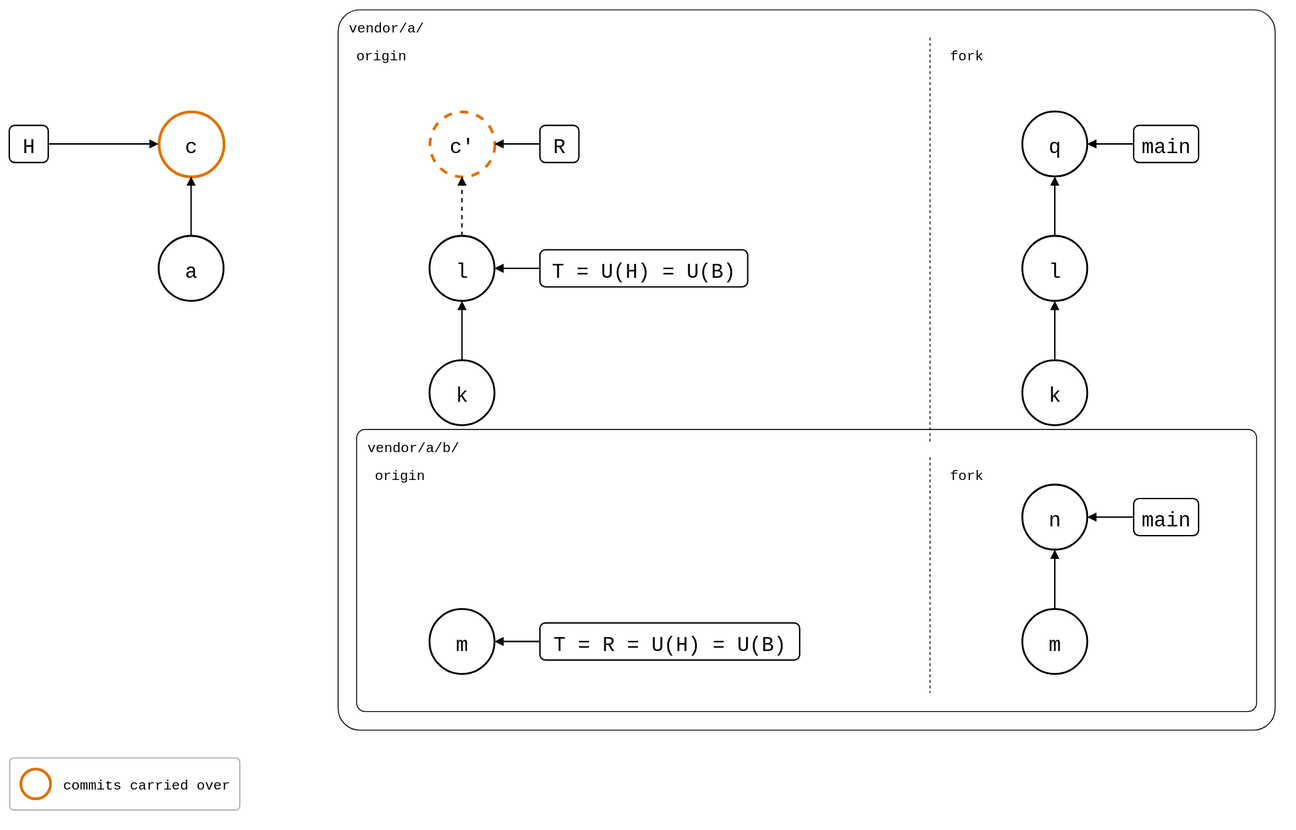
roschaefer/git-splice keeps this draw.io diagram as docs/09-scenarios/05-nested-splices/01-nested-splices/01-outer-fork/same-name-below.drawio.svg. Above is the earlier version. Source tidied: cells renumbered, new cells last; positions are measured from the earlier drawing's top-left corner, leaving out a move shared by most shapes. Its diagram source:
```xml
<mxGraphModel background="#ffffff">
  <root>
    <mxCell id="0" />
    <mxCell id="1" parent="0" />
    <mxCell id="2" value="vendor/a/" style="rounded=1;arcSize=3;fillColor=none;strokeWidth=1;fontSize=15;verticalAlign=top;align=left;spacingLeft=10;spacingTop=4;fontFamily=Roboto Mono,monospace;" parent="1" vertex="1">
      <mxGeometry x="354" width="1010" height="776" as="geometry" />
    </mxCell>
    <mxCell id="3" style="line;direction=south;dashed=1;strokeWidth=1;" parent="1" vertex="1">
      <mxGeometry x="982" y="30" width="20" height="438" as="geometry" />
    </mxCell>
    <mxCell id="4" value="origin" style="text;fontSize=15;align=left;verticalAlign=top;fontFamily=Roboto Mono,monospace;" parent="1" vertex="1">
      <mxGeometry x="372" y="34" width="120" height="24" as="geometry" />
    </mxCell>
    <mxCell id="5" value="fork" style="text;fontSize=15;align=left;verticalAlign=top;fontFamily=Roboto Mono,monospace;" parent="1" vertex="1">
      <mxGeometry x="1012" y="34" width="120" height="24" as="geometry" />
    </mxCell>
    <mxCell id="6" value="vendor/a/b/" style="rounded=1;arcSize=3;fillColor=none;strokeWidth=1;fontSize=15;verticalAlign=top;align=left;spacingLeft=10;spacingTop=4;fontFamily=Roboto Mono,monospace;" parent="1" vertex="1">
      <mxGeometry x="374" y="452" width="970" height="304" as="geometry" />
    </mxCell>
    <mxCell id="7" style="line;direction=south;dashed=1;strokeWidth=1;" parent="1" vertex="1">
      <mxGeometry x="982" y="482" width="20" height="254" as="geometry" />
    </mxCell>
    <mxCell id="8" value="origin" style="text;fontSize=15;align=left;verticalAlign=top;fontFamily=Roboto Mono,monospace;" parent="1" vertex="1">
      <mxGeometry x="392" y="486" width="120" height="24" as="geometry" />
    </mxCell>
    <mxCell id="9" value="fork" style="text;fontSize=15;align=left;verticalAlign=top;fontFamily=Roboto Mono,monospace;" parent="1" vertex="1">
      <mxGeometry x="1012" y="486" width="120" height="24" as="geometry" />
    </mxCell>
    <mxCell id="10" value="c" style="ellipse;fontSize=22;fontFamily=Roboto Mono,monospace;strokeColor=#E07000;strokeWidth=3;" parent="1" vertex="1">
      <mxGeometry x="161" y="110" width="70" height="70" as="geometry" />
    </mxCell>
    <mxCell id="11" value="a" style="ellipse;strokeWidth=2;fontSize=22;fontFamily=Roboto Mono,monospace;" parent="1" vertex="1">
      <mxGeometry x="161" y="244" width="70" height="70" as="geometry" />
    </mxCell>
    <mxCell id="12" value="l" style="ellipse;strokeWidth=2;fontSize=22;fontFamily=Roboto Mono,monospace;" parent="1" vertex="1">
      <mxGeometry x="453" y="244" width="70" height="70" as="geometry" />
    </mxCell>
    <mxCell id="13" value="k" style="ellipse;strokeWidth=2;fontSize=22;fontFamily=Roboto Mono,monospace;" parent="1" vertex="1">
      <mxGeometry x="453" y="378" width="70" height="70" as="geometry" />
    </mxCell>
    <mxCell id="14" value="q" style="ellipse;strokeWidth=2;fontSize=22;fontFamily=Roboto Mono,monospace;" parent="1" vertex="1">
      <mxGeometry x="1092" y="110" width="70" height="70" as="geometry" />
    </mxCell>
    <mxCell id="15" value="l" style="ellipse;strokeWidth=2;fontSize=22;fontFamily=Roboto Mono,monospace;" parent="1" vertex="1">
      <mxGeometry x="1092" y="244" width="70" height="70" as="geometry" />
    </mxCell>
    <mxCell id="16" value="k" style="ellipse;strokeWidth=2;fontSize=22;fontFamily=Roboto Mono,monospace;" parent="1" vertex="1">
      <mxGeometry x="1092" y="378" width="70" height="70" as="geometry" />
    </mxCell>
    <mxCell id="17" value="m" style="ellipse;strokeWidth=2;fontSize=22;fontFamily=Roboto Mono,monospace;" parent="1" vertex="1">
      <mxGeometry x="453" y="646" width="70" height="70" as="geometry" />
    </mxCell>
    <mxCell id="18" value="n" style="ellipse;strokeWidth=2;fontSize=22;fontFamily=Roboto Mono,monospace;" parent="1" vertex="1">
      <mxGeometry x="1092" y="512" width="70" height="70" as="geometry" />
    </mxCell>
    <mxCell id="19" value="m" style="ellipse;strokeWidth=2;fontSize=22;fontFamily=Roboto Mono,monospace;" parent="1" vertex="1">
      <mxGeometry x="1092" y="646" width="70" height="70" as="geometry" />
    </mxCell>
    <mxCell id="20" value="H" style="rounded=1;strokeWidth=1.5;fontSize=22;fontFamily=Roboto Mono,monospace;" parent="1" vertex="1">
      <mxGeometry y="125" width="42" height="40" as="geometry" />
    </mxCell>
    <mxCell id="21" value="T = U(H) = U(B)" style="rounded=1;strokeWidth=1.5;fontSize=22;fontFamily=Roboto Mono,monospace;" parent="1" vertex="1">
      <mxGeometry x="572" y="259" width="224" height="40" as="geometry" />
    </mxCell>
    <mxCell id="22" value="c'" style="ellipse;fontSize=22;fontFamily=Roboto Mono,monospace;dashed=1;strokeColor=#E07000;strokeWidth=3;" parent="1" vertex="1">
      <mxGeometry x="453" y="110" width="70" height="70" as="geometry" />
    </mxCell>
    <mxCell id="23" value="R" style="rounded=1;strokeWidth=1.5;fontSize=22;fontFamily=Roboto Mono,monospace;" parent="1" vertex="1">
      <mxGeometry x="572" y="125" width="42" height="40" as="geometry" />
    </mxCell>
    <mxCell id="24" value="main" style="rounded=1;strokeWidth=1.5;fontSize=22;fontFamily=Roboto Mono,monospace;" parent="1" vertex="1">
      <mxGeometry x="1212" y="125" width="70" height="40" as="geometry" />
    </mxCell>
    <mxCell id="25" value="T = R = U(H) = U(B)" style="rounded=1;strokeWidth=1.5;fontSize=22;fontFamily=Roboto Mono,monospace;" parent="1" vertex="1">
      <mxGeometry x="572" y="661" width="280" height="40" as="geometry" />
    </mxCell>
    <mxCell id="26" value="main" style="rounded=1;strokeWidth=1.5;fontSize=22;fontFamily=Roboto Mono,monospace;" parent="1" vertex="1">
      <mxGeometry x="1212" y="527" width="70" height="40" as="geometry" />
    </mxCell>
    <mxCell id="27" style="endArrow=block;endFill=1;html=1;strokeWidth=1.5;rounded=0;" parent="1" edge="1" source="11" target="10">
      <mxGeometry relative="1" as="geometry" />
    </mxCell>
    <mxCell id="28" style="endArrow=block;endFill=1;html=1;strokeWidth=1.5;rounded=0;" parent="1" edge="1" source="13" target="12">
      <mxGeometry relative="1" as="geometry" />
    </mxCell>
    <mxCell id="29" style="endArrow=block;endFill=1;html=1;strokeWidth=1.5;rounded=0;" parent="1" edge="1" source="16" target="15">
      <mxGeometry relative="1" as="geometry" />
    </mxCell>
    <mxCell id="30" style="endArrow=block;endFill=1;html=1;strokeWidth=1.5;rounded=0;" parent="1" edge="1" source="15" target="14">
      <mxGeometry relative="1" as="geometry" />
    </mxCell>
    <mxCell id="31" style="endArrow=block;endFill=1;html=1;strokeWidth=1.5;rounded=0;" parent="1" edge="1" source="19" target="18">
      <mxGeometry relative="1" as="geometry" />
    </mxCell>
    <mxCell id="32" style="endArrow=block;endFill=1;html=1;strokeWidth=1.5;rounded=0;" parent="1" edge="1" source="20" target="10">
      <mxGeometry relative="1" as="geometry" />
    </mxCell>
    <mxCell id="33" style="endArrow=block;endFill=1;html=1;strokeWidth=1.5;rounded=0;" parent="1" edge="1" source="21" target="12">
      <mxGeometry relative="1" as="geometry" />
    </mxCell>
    <mxCell id="34" style="endArrow=block;endFill=1;html=1;strokeWidth=1.5;rounded=0;" parent="1" edge="1" source="23" target="22">
      <mxGeometry relative="1" as="geometry" />
    </mxCell>
    <mxCell id="35" style="endArrow=block;endFill=1;html=1;strokeWidth=1.5;rounded=0;" parent="1" edge="1" source="24" target="14">
      <mxGeometry relative="1" as="geometry" />
    </mxCell>
    <mxCell id="36" style="endArrow=block;endFill=1;html=1;strokeWidth=1.5;rounded=0;" parent="1" edge="1" source="25" target="17">
      <mxGeometry relative="1" as="geometry" />
    </mxCell>
    <mxCell id="37" style="endArrow=block;endFill=1;html=1;strokeWidth=1.5;rounded=0;" parent="1" edge="1" source="26" target="18">
      <mxGeometry relative="1" as="geometry" />
    </mxCell>
    <mxCell id="38" style="endArrow=block;endFill=1;html=1;strokeWidth=1.5;rounded=0;dashed=1;" parent="1" edge="1" source="12" target="22">
      <mxGeometry relative="1" as="geometry" />
    </mxCell>
    <mxCell id="39" style="rounded=1;arcSize=8;fillColor=none;strokeColor=#999999;strokeWidth=1;legend=1;" parent="1" vertex="1">
      <mxGeometry y="806" width="248" height="56" as="geometry" />
    </mxCell>
    <mxCell id="40" style="ellipse;fontSize=13;fontFamily=Roboto Mono,monospace;strokeColor=#E07000;strokeWidth=3;" parent="39" vertex="1">
      <mxGeometry x="12" y="12" width="32" height="32" as="geometry" />
    </mxCell>
    <mxCell id="41" value="commits carried over" style="text;align=left;verticalAlign=middle;fontSize=15;fontFamily=Roboto Mono,monospace;" parent="39" vertex="1">
      <mxGeometry x="56" y="12" width="180" height="32" as="geometry" />
    </mxCell>
  </root>
</mxGraphModel>
```
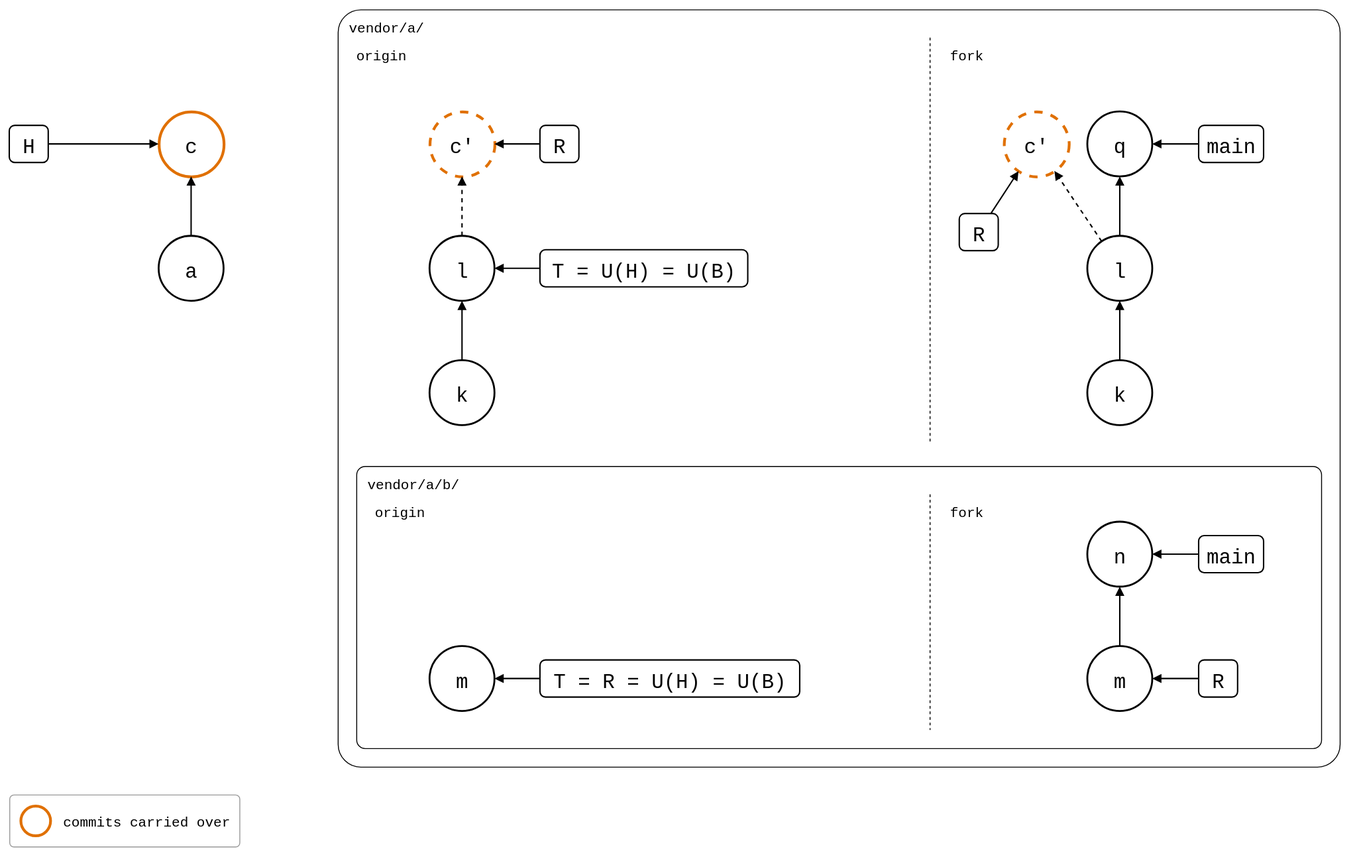
After the change.

Change to the diagram source:
```diff
@@ -3,7 +3,7 @@
     <mxCell id="0" />
     <mxCell id="1" parent="0" />
     <mxCell id="2" value="vendor/a/" style="rounded=1;arcSize=3;fillColor=none;strokeWidth=1;fontSize=15;verticalAlign=top;align=left;spacingLeft=10;spacingTop=4;fontFamily=Roboto Mono,monospace;" parent="1" vertex="1">
-      <mxGeometry x="354" width="1010" height="776" as="geometry" />
+      <mxGeometry x="354" width="1080" height="816" as="geometry" />
     </mxCell>
     <mxCell id="3" style="line;direction=south;dashed=1;strokeWidth=1;" parent="1" vertex="1">
       <mxGeometry x="982" y="30" width="20" height="438" as="geometry" />
@@ -15,16 +15,16 @@
       <mxGeometry x="1012" y="34" width="120" height="24" as="geometry" />
     </mxCell>
     <mxCell id="6" value="vendor/a/b/" style="rounded=1;arcSize=3;fillColor=none;strokeWidth=1;fontSize=15;verticalAlign=top;align=left;spacingLeft=10;spacingTop=4;fontFamily=Roboto Mono,monospace;" parent="1" vertex="1">
-      <mxGeometry x="374" y="452" width="970" height="304" as="geometry" />
+      <mxGeometry x="374" y="492" width="1040" height="304" as="geometry" />
     </mxCell>
     <mxCell id="7" style="line;direction=south;dashed=1;strokeWidth=1;" parent="1" vertex="1">
-      <mxGeometry x="982" y="482" width="20" height="254" as="geometry" />
+      <mxGeometry x="982" y="522" width="20" height="254" as="geometry" />
     </mxCell>
     <mxCell id="8" value="origin" style="text;fontSize=15;align=left;verticalAlign=top;fontFamily=Roboto Mono,monospace;" parent="1" vertex="1">
-      <mxGeometry x="392" y="486" width="120" height="24" as="geometry" />
+      <mxGeometry x="392" y="526" width="120" height="24" as="geometry" />
     </mxCell>
     <mxCell id="9" value="fork" style="text;fontSize=15;align=left;verticalAlign=top;fontFamily=Roboto Mono,monospace;" parent="1" vertex="1">
-      <mxGeometry x="1012" y="486" width="120" height="24" as="geometry" />
+      <mxGeometry x="1012" y="526" width="120" height="24" as="geometry" />
     </mxCell>
     <mxCell id="10" value="c" style="ellipse;fontSize=22;fontFamily=Roboto Mono,monospace;strokeColor=#E07000;strokeWidth=3;" parent="1" vertex="1">
       <mxGeometry x="161" y="110" width="70" height="70" as="geometry" />
@@ -39,22 +39,22 @@
       <mxGeometry x="453" y="378" width="70" height="70" as="geometry" />
     </mxCell>
     <mxCell id="14" value="q" style="ellipse;strokeWidth=2;fontSize=22;fontFamily=Roboto Mono,monospace;" parent="1" vertex="1">
-      <mxGeometry x="1092" y="110" width="70" height="70" as="geometry" />
+      <mxGeometry x="1162" y="110" width="70" height="70" as="geometry" />
     </mxCell>
     <mxCell id="15" value="l" style="ellipse;strokeWidth=2;fontSize=22;fontFamily=Roboto Mono,monospace;" parent="1" vertex="1">
-      <mxGeometry x="1092" y="244" width="70" height="70" as="geometry" />
+      <mxGeometry x="1162" y="244" width="70" height="70" as="geometry" />
     </mxCell>
     <mxCell id="16" value="k" style="ellipse;strokeWidth=2;fontSize=22;fontFamily=Roboto Mono,monospace;" parent="1" vertex="1">
-      <mxGeometry x="1092" y="378" width="70" height="70" as="geometry" />
+      <mxGeometry x="1162" y="378" width="70" height="70" as="geometry" />
     </mxCell>
     <mxCell id="17" value="m" style="ellipse;strokeWidth=2;fontSize=22;fontFamily=Roboto Mono,monospace;" parent="1" vertex="1">
-      <mxGeometry x="453" y="646" width="70" height="70" as="geometry" />
+      <mxGeometry x="453" y="686" width="70" height="70" as="geometry" />
     </mxCell>
     <mxCell id="18" value="n" style="ellipse;strokeWidth=2;fontSize=22;fontFamily=Roboto Mono,monospace;" parent="1" vertex="1">
-      <mxGeometry x="1092" y="512" width="70" height="70" as="geometry" />
+      <mxGeometry x="1162" y="552" width="70" height="70" as="geometry" />
     </mxCell>
     <mxCell id="19" value="m" style="ellipse;strokeWidth=2;fontSize=22;fontFamily=Roboto Mono,monospace;" parent="1" vertex="1">
-      <mxGeometry x="1092" y="646" width="70" height="70" as="geometry" />
+      <mxGeometry x="1162" y="686" width="70" height="70" as="geometry" />
     </mxCell>
     <mxCell id="20" value="H" style="rounded=1;strokeWidth=1.5;fontSize=22;fontFamily=Roboto Mono,monospace;" parent="1" vertex="1">
       <mxGeometry y="125" width="42" height="40" as="geometry" />
@@ -69,13 +69,13 @@
       <mxGeometry x="572" y="125" width="42" height="40" as="geometry" />
     </mxCell>
     <mxCell id="24" value="main" style="rounded=1;strokeWidth=1.5;fontSize=22;fontFamily=Roboto Mono,monospace;" parent="1" vertex="1">
-      <mxGeometry x="1212" y="125" width="70" height="40" as="geometry" />
+      <mxGeometry x="1282" y="125" width="70" height="40" as="geometry" />
     </mxCell>
     <mxCell id="25" value="T = R = U(H) = U(B)" style="rounded=1;strokeWidth=1.5;fontSize=22;fontFamily=Roboto Mono,monospace;" parent="1" vertex="1">
-      <mxGeometry x="572" y="661" width="280" height="40" as="geometry" />
+      <mxGeometry x="572" y="701" width="280" height="40" as="geometry" />
     </mxCell>
     <mxCell id="26" value="main" style="rounded=1;strokeWidth=1.5;fontSize=22;fontFamily=Roboto Mono,monospace;" parent="1" vertex="1">
-      <mxGeometry x="1212" y="527" width="70" height="40" as="geometry" />
+      <mxGeometry x="1282" y="567" width="70" height="40" as="geometry" />
     </mxCell>
     <mxCell id="27" style="endArrow=block;endFill=1;html=1;strokeWidth=1.5;rounded=0;" parent="1" edge="1" source="11" target="10">
       <mxGeometry relative="1" as="geometry" />
@@ -113,8 +113,26 @@
     <mxCell id="38" style="endArrow=block;endFill=1;html=1;strokeWidth=1.5;rounded=0;dashed=1;" parent="1" edge="1" source="12" target="22">
       <mxGeometry relative="1" as="geometry" />
     </mxCell>
+    <mxCell id="42" value="c'" style="ellipse;fontSize=22;fontFamily=Roboto Mono,monospace;dashed=1;strokeColor=#E07000;strokeWidth=3;" parent="1" vertex="1">
+      <mxGeometry x="1072" y="110" width="70" height="70" as="geometry" />
+    </mxCell>
+    <mxCell id="43" value="R" style="rounded=1;strokeWidth=1.5;fontSize=22;fontFamily=Roboto Mono,monospace;" parent="1" vertex="1">
+      <mxGeometry x="1024" y="220" width="42" height="40" as="geometry" />
+    </mxCell>
+    <mxCell id="44" style="endArrow=block;endFill=1;html=1;strokeWidth=1.5;rounded=0;dashed=1;" parent="1" edge="1" source="15" target="42">
+      <mxGeometry relative="1" as="geometry" />
+    </mxCell>
+    <mxCell id="45" style="endArrow=block;endFill=1;html=1;strokeWidth=1.5;rounded=0;" parent="1" edge="1" source="43" target="42">
+      <mxGeometry relative="1" as="geometry" />
+    </mxCell>
+    <mxCell id="46" value="R" style="rounded=1;strokeWidth=1.5;fontSize=22;fontFamily=Roboto Mono,monospace;" parent="1" vertex="1">
+      <mxGeometry x="1282" y="701" width="42" height="40" as="geometry" />
+    </mxCell>
+    <mxCell id="47" style="endArrow=block;endFill=1;html=1;strokeWidth=1.5;rounded=0;" parent="1" edge="1" source="46" target="19">
+      <mxGeometry relative="1" as="geometry" />
+    </mxCell>
     <mxCell id="39" style="rounded=1;arcSize=8;fillColor=none;strokeColor=#999999;strokeWidth=1;legend=1;" parent="1" vertex="1">
-      <mxGeometry y="806" width="248" height="56" as="geometry" />
+      <mxGeometry y="846" width="248" height="56" as="geometry" />
     </mxCell>
     <mxCell id="40" style="ellipse;fontSize=13;fontFamily=Roboto Mono,monospace;strokeColor=#E07000;strokeWidth=3;" parent="39" vertex="1">
       <mxGeometry x="12" y="12" width="32" height="32" as="geometry" />
```
